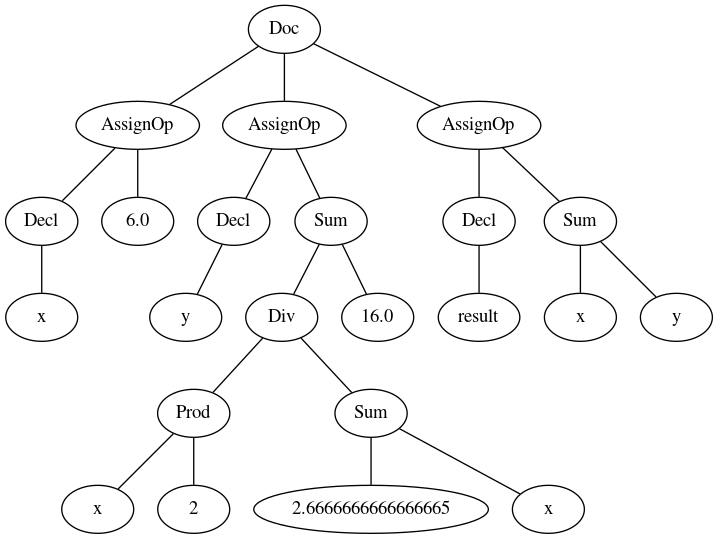
Before: test_IO/result.png, a diagram exported from Graphviz (manomarichal/project-compilers). Its source is kept beside it as test_IO/result.dot.
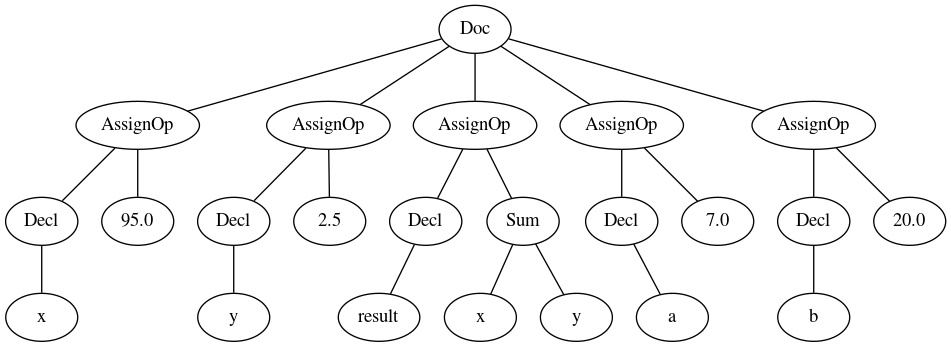
After the change.

Change to the diagram source:
```diff
@@ -5,7 +5,7 @@
 4 [label=x];
 3 -- 4;
 2 -- 3;
-5 [label=6.0];
+5 [label="95.0"];
 2 -- 5;
 1 -- 2;
 6 [label=AssignOp];
@@ -13,35 +13,35 @@
 8 [label=y];
 7 -- 8;
 6 -- 7;
-9 [label=Sum];
-10 [label=Div];
-11 [label=Prod];
-12 [label=x];
-11 -- 12;
-13 [label=2];
-11 -- 13;
-10 -- 11;
-14 [label=Sum];
-15 [label=2.6666666666666665];
-14 -- 15;
-16 [label=x];
-14 -- 16;
-10 -- 14;
-9 -- 10;
-17 [label=16.0];
-9 -- 17;
+9 [label="2.5"];
 6 -- 9;
 1 -- 6;
-18 [label=AssignOp];
-19 [label=Decl];
-20 [label=result];
-19 -- 20;
-18 -- 19;
-21 [label=Sum];
-22 [label=x];
+10 [label=AssignOp];
+11 [label=Decl];
+12 [label=result];
+11 -- 12;
+10 -- 11;
+13 [label=Sum];
+14 [label=x];
+13 -- 14;
+15 [label=y];
+13 -- 15;
+10 -- 13;
+1 -- 10;
+16 [label=AssignOp];
+17 [label=Decl];
+18 [label=a];
+17 -- 18;
+16 -- 17;
+19 [label="7.0"];
+16 -- 19;
+1 -- 16;
+20 [label=AssignOp];
+21 [label=Decl];
+22 [label=b];
 21 -- 22;
-23 [label=y];
-21 -- 23;
-18 -- 21;
-1 -- 18;
+20 -- 21;
+23 [label="20.0"];
+20 -- 23;
+1 -- 20;
 }
```
